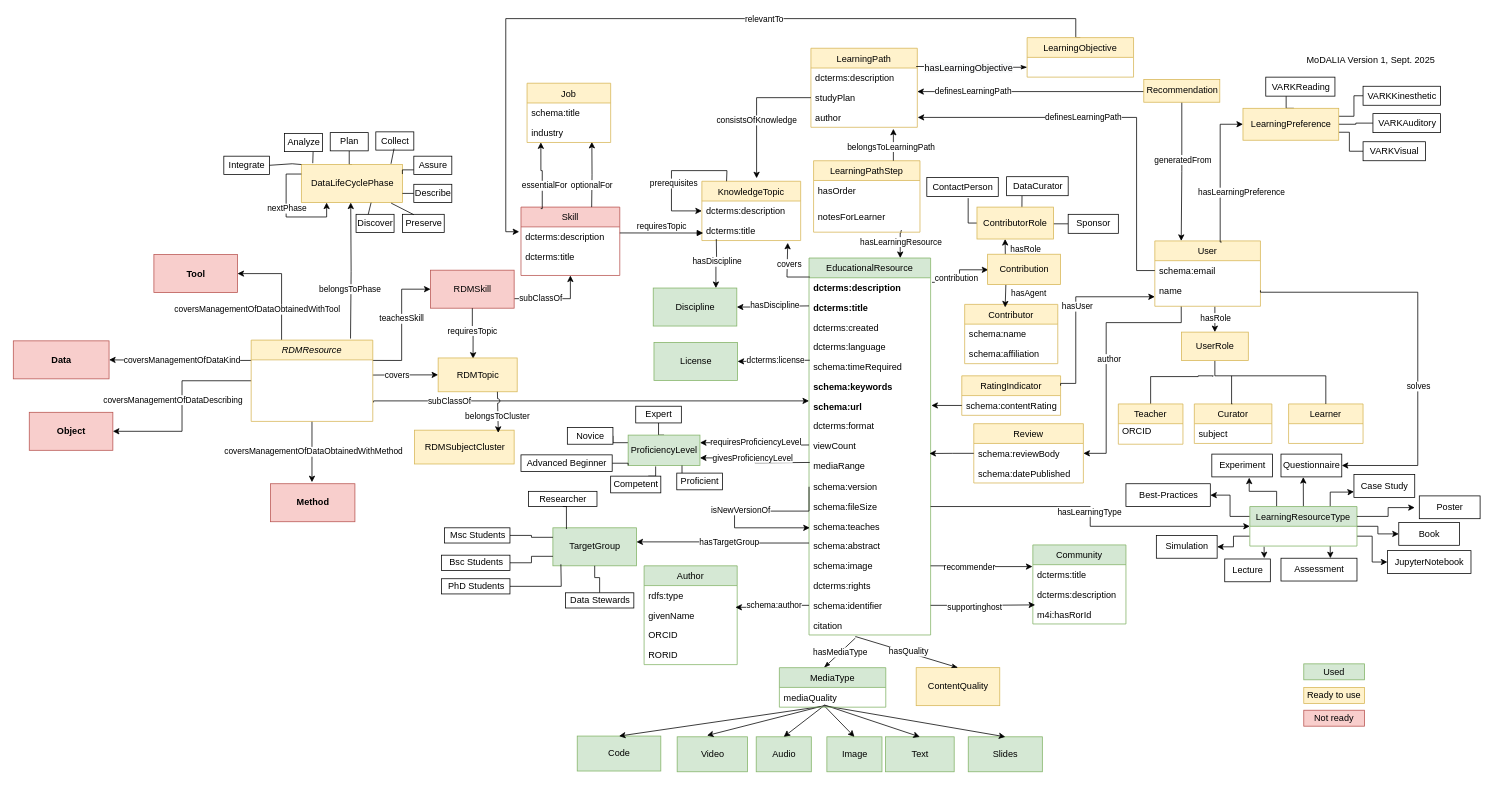
The draw.io diagram visualisations/Modalia_v1_Used_unused.drawio in data-literacy-alliance/dalia-ontology, before the edit. Source tidied: cells renumbered, new cells numbered last; positions are measured from the earlier drawing's top-left corner, leaving out a move shared by most shapes. Both pictures are drawn from the tidied source at 76%, with x=0, y=0 at pixel (13, 18).
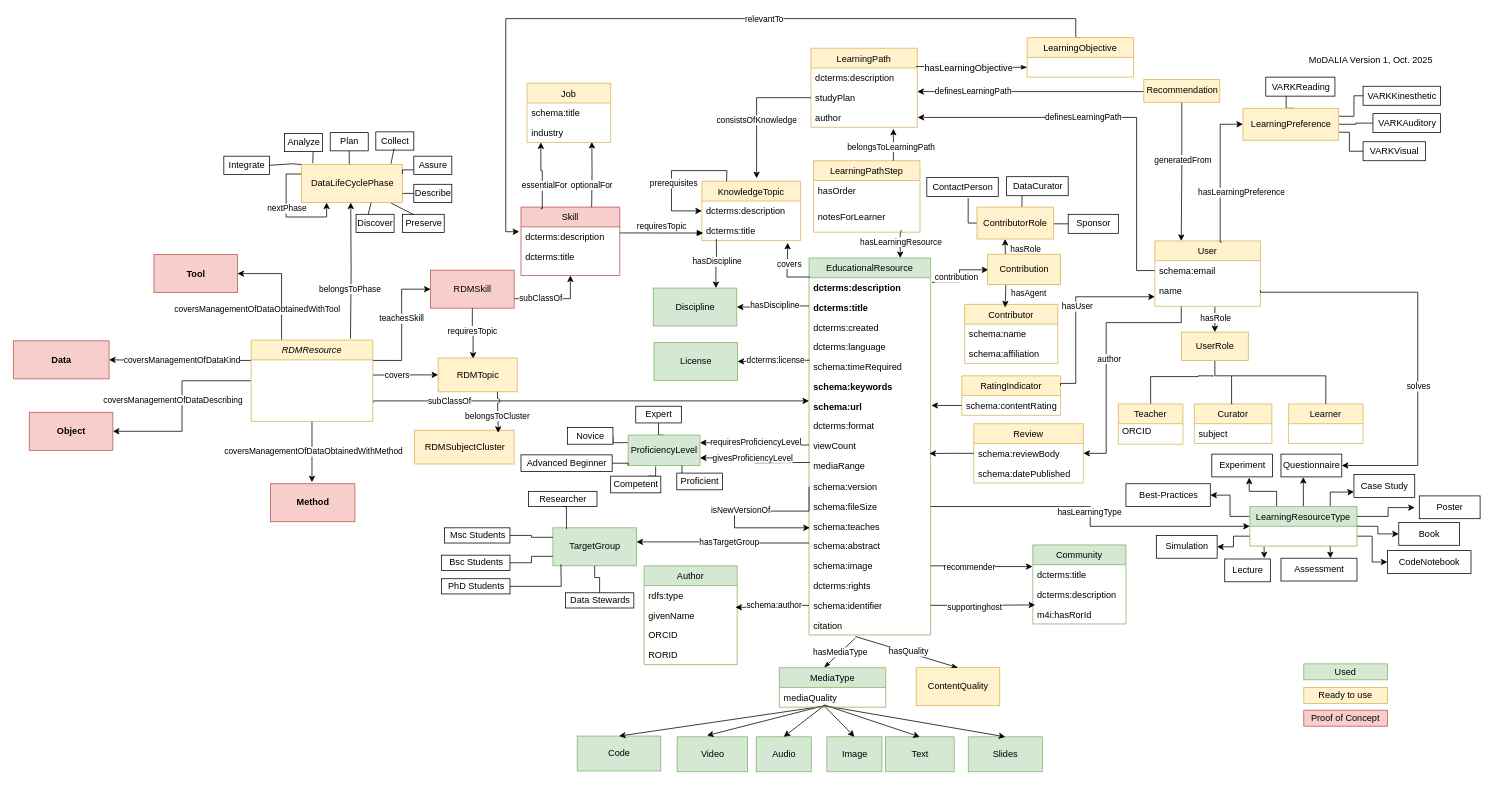
After the change.

Unchanged cells that the change refers to:
```xml
<mxCell id="191" style="edgeStyle=orthogonalEdgeStyle;rounded=0;orthogonalLoop=1;jettySize=auto;html=1;exitX=0;exitY=0.5;exitDx=0;exitDy=0;entryX=1.011;entryY=-0.154;entryDx=0;entryDy=0;entryPerimeter=0;endArrow=none;endFill=0;startArrow=classic;startFill=1;" parent="1" edge="1">
  <mxGeometry relative="1" as="geometry">
    <mxPoint x="1282.9" y="330.5" as="sourcePoint" />
    <mxPoint x="1208.8" y="347" as="targetPoint" />
    <Array as="points">
      <mxPoint x="1245" y="331" />
      <mxPoint x="1245" y="347" />
    </Array>
  </mxGeometry>
</mxCell>
```

Change to the diagram source:
```diff
@@
-    <mxCell id="95" value="JupyterNotebook" style="html=1;" parent="1" vertex="1">
+    <mxCell id="95" value="CodeNotebook" style="html=1;" parent="1" vertex="1">
       <mxGeometry x="1808" y="700" width="110" height="30" as="geometry" />
     </mxCell>
@@
-    <mxCell id="171" value="MoDALIA Version 1, Sept. 2025" style="text;html=1;strokeColor=none;fillColor=none;align=center;verticalAlign=middle;whiteSpace=wrap;rounded=0;" parent="1" vertex="1">
+    <mxCell id="171" value="MoDALIA Version 1, Oct. 2025" style="text;html=1;strokeColor=none;fillColor=none;align=center;verticalAlign=middle;whiteSpace=wrap;rounded=0;" parent="1" vertex="1">
       <mxGeometry x="1695" y="40" width="183" height="30" as="geometry" />
     </mxCell>
@@
     <mxCell id="192" value="contribution" style="edgeLabel;html=1;align=center;verticalAlign=middle;" parent="191" vertex="1">
       <mxGeometry x="0.55" y="-1" relative="1" as="geometry">
-        <mxPoint x="11" y="-5" as="offset" />
+        <mxPoint x="11" y="-6" as="offset" />
       </mxGeometry>
     </mxCell>
@@
     <mxCell id="238" value="Used" style="rounded=0;whiteSpace=wrap;html=1;fillColor=#d5e8d4;strokeColor=#82b366;" parent="1" vertex="1">
-      <mxGeometry x="1698" y="849" width="80" height="21" as="geometry" />
+      <mxGeometry x="1698" y="849" width="110" height="21" as="geometry" />
     </mxCell>
@@
     <mxCell id="252" value="Ready to use" style="rounded=0;whiteSpace=wrap;html=1;fillColor=#fff2cc;strokeColor=#d6b656;" parent="1" vertex="1">
-      <mxGeometry x="1698" y="880" width="80" height="21" as="geometry" />
+      <mxGeometry x="1698" y="880" width="110" height="21" as="geometry" />
     </mxCell>
-    <mxCell id="253" value="Not ready" style="rounded=0;whiteSpace=wrap;html=1;fillColor=#f8cecc;strokeColor=#b85450;" parent="1" vertex="1">
-      <mxGeometry x="1698" y="910" width="80" height="21" as="geometry" />
+    <mxCell id="253" value="Proof of Concept" style="rounded=0;whiteSpace=wrap;html=1;fillColor=#f8cecc;strokeColor=#b85450;" parent="1" vertex="1">
+      <mxGeometry x="1698" y="910" width="110" height="21" as="geometry" />
     </mxCell>
```
